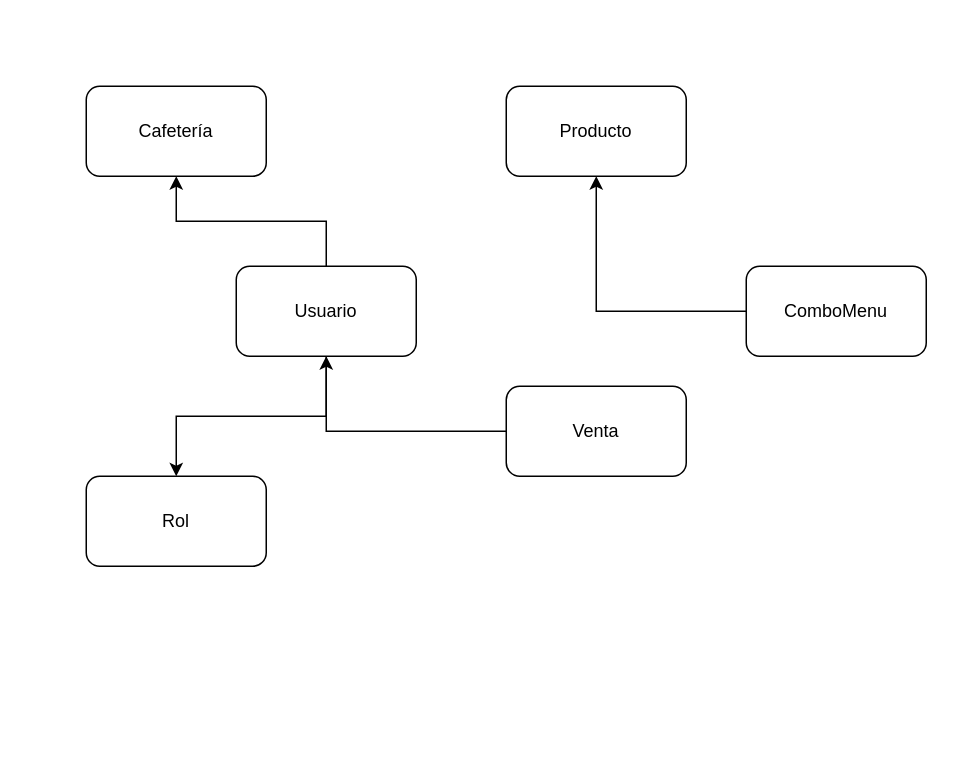
joaonunez/diagramasClase keeps this draw.io diagram as cafeplanta.drawio. Above is the earlier version. Source tidied: cells renumbered, new cells numbered last; positions are measured from the earlier drawing's top-left corner, leaving out a move shared by most shapes. Both pictures are drawn from the tidied source at 150%, with x=0, y=0 at pixel (86, 86).
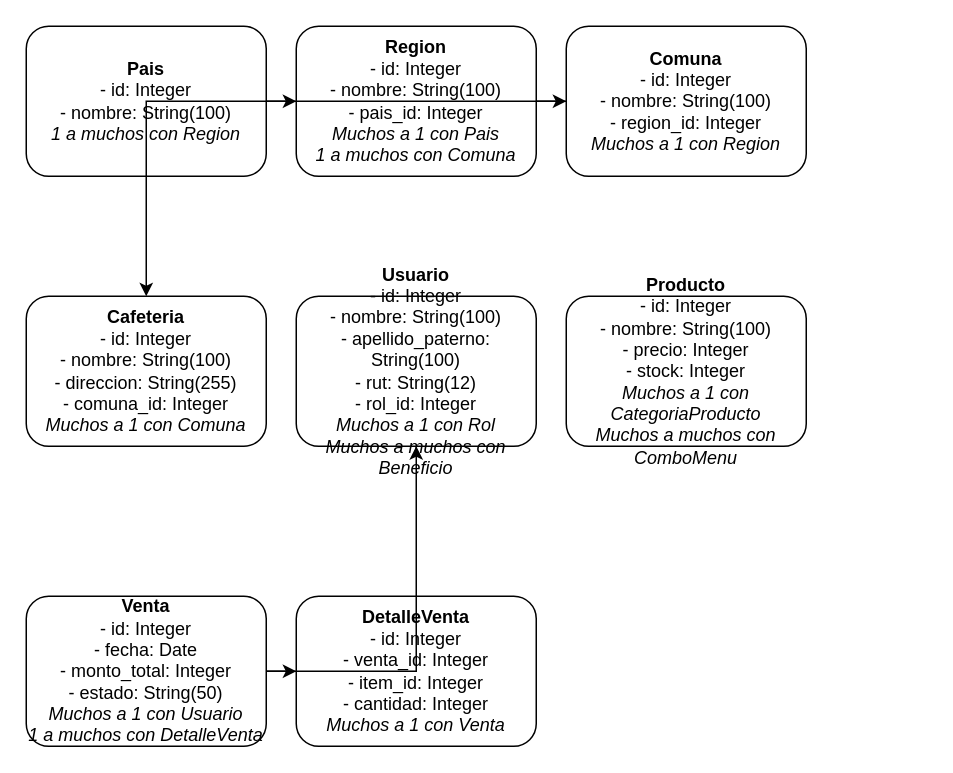
The same page after the edit.

Diff of the diagram source:
```diff
@@
 <mxGraphModel>
   <root>
     <mxCell id="0" />
     <mxCell id="1" parent="0" />
-    <mxCell id="2" value="Usuario" style="rounded=1;whiteSpace=wrap;html=1;" parent="1" vertex="1">
-      <mxGeometry x="100" y="120" width="120" height="60" as="geometry" />
-    </mxCell>
-    <mxCell id="3" value="Producto" style="rounded=1;whiteSpace=wrap;html=1;" parent="1" vertex="1">
-      <mxGeometry x="280" width="120" height="60" as="geometry" />
-    </mxCell>
-    <mxCell id="4" value="Venta" style="rounded=1;whiteSpace=wrap;html=1;" parent="1" vertex="1">
-      <mxGeometry x="280" y="200" width="120" height="60" as="geometry" />
-    </mxCell>
-    <mxCell id="5" value="Cafetería" style="rounded=1;whiteSpace=wrap;html=1;" parent="1" vertex="1">
-      <mxGeometry width="120" height="60" as="geometry" />
-    </mxCell>
-    <mxCell id="6" value="Rol" style="rounded=1;whiteSpace=wrap;html=1;" parent="1" vertex="1">
-      <mxGeometry y="260" width="120" height="60" as="geometry" />
-    </mxCell>
-    <mxCell id="7" value="ComboMenu" style="rounded=1;whiteSpace=wrap;html=1;" parent="1" vertex="1">
-      <mxGeometry x="440" y="120" width="120" height="60" as="geometry" />
-    </mxCell>
-    <mxCell id="8" style="edgeStyle=orthogonalEdgeStyle;rounded=0;" parent="1" edge="1" source="2" target="5">
-      <mxGeometry relative="1" as="geometry" />
-    </mxCell>
-    <mxCell id="9" style="edgeStyle=orthogonalEdgeStyle;rounded=0;" parent="1" edge="1" source="4" target="2">
-      <mxGeometry relative="1" as="geometry" />
-    </mxCell>
-    <mxCell id="10" style="edgeStyle=orthogonalEdgeStyle;rounded=0;" parent="1" edge="1" source="2" target="6">
-      <mxGeometry relative="1" as="geometry" />
-    </mxCell>
-    <mxCell id="11" style="edgeStyle=orthogonalEdgeStyle;rounded=0;" parent="1" edge="1" source="7" target="3">
-      <mxGeometry relative="1" as="geometry" />
-    </mxCell>
+    <mxCell id="12" value="&lt;b&gt;Pais&lt;/b&gt;&lt;br&gt;- id: Integer&lt;br&gt;- nombre: String(100)&lt;br&gt;&lt;i&gt;1 a muchos con Region&lt;/i&gt;&lt;br&gt;" style="rounded=1;whiteSpace=wrap;html=1;" parent="1" vertex="1">
+      <mxGeometry x="-40" y="-40" width="160" height="100" as="geometry" />
+    </mxCell>
+    <mxCell id="13" value="&lt;b&gt;Region&lt;/b&gt;&lt;br&gt;- id: Integer&lt;br&gt;- nombre: String(100)&lt;br&gt;- pais_id: Integer&lt;br&gt;&lt;i&gt;Muchos a 1 con Pais&lt;/i&gt;&lt;br&gt;&lt;i&gt;1 a muchos con Comuna&lt;/i&gt;&lt;br&gt;" style="rounded=1;whiteSpace=wrap;html=1;" parent="1" vertex="1">
+      <mxGeometry x="140" y="-40" width="160" height="100" as="geometry" />
+    </mxCell>
+    <mxCell id="14" value="&lt;b&gt;Comuna&lt;/b&gt;&lt;br&gt;- id: Integer&lt;br&gt;- nombre: String(100)&lt;br&gt;- region_id: Integer&lt;br&gt;&lt;i&gt;Muchos a 1 con Region&lt;/i&gt;&lt;br&gt;" style="rounded=1;whiteSpace=wrap;html=1;" parent="1" vertex="1">
+      <mxGeometry x="320" y="-40" width="160" height="100" as="geometry" />
+    </mxCell>
+    <mxCell id="15" value="&lt;b&gt;Cafeteria&lt;/b&gt;&lt;br&gt;- id: Integer&lt;br&gt;- nombre: String(100)&lt;br&gt;- direccion: String(255)&lt;br&gt;- comuna_id: Integer&lt;br&gt;&lt;i&gt;Muchos a 1 con Comuna&lt;/i&gt;&lt;br&gt;" style="rounded=1;whiteSpace=wrap;html=1;" parent="1" vertex="1">
+      <mxGeometry x="-40" y="140" width="160" height="100" as="geometry" />
+    </mxCell>
+    <mxCell id="16" value="&lt;b&gt;Usuario&lt;/b&gt;&lt;br&gt;- id: Integer&lt;br&gt;- nombre: String(100)&lt;br&gt;- apellido_paterno: String(100)&lt;br&gt;- rut: String(12)&lt;br&gt;- rol_id: Integer&lt;br&gt;&lt;i&gt;Muchos a 1 con Rol&lt;/i&gt;&lt;br&gt;&lt;i&gt;Muchos a muchos con Beneficio&lt;/i&gt;&lt;br&gt;" style="rounded=1;whiteSpace=wrap;html=1;" parent="1" vertex="1">
+      <mxGeometry x="140" y="140" width="160" height="100" as="geometry" />
+    </mxCell>
+    <mxCell id="17" value="&lt;b&gt;Producto&lt;/b&gt;&lt;br&gt;- id: Integer&lt;br&gt;- nombre: String(100)&lt;br&gt;- precio: Integer&lt;br&gt;- stock: Integer&lt;br&gt;&lt;i&gt;Muchos a 1 con CategoriaProducto&lt;/i&gt;&lt;br&gt;&lt;i&gt;Muchos a muchos con ComboMenu&lt;/i&gt;&lt;br&gt;" style="rounded=1;whiteSpace=wrap;html=1;" parent="1" vertex="1">
+      <mxGeometry x="320" y="140" width="160" height="100" as="geometry" />
+    </mxCell>
+    <mxCell id="18" value="&lt;b&gt;Venta&lt;/b&gt;&lt;br&gt;- id: Integer&lt;br&gt;- fecha: Date&lt;br&gt;- monto_total: Integer&lt;br&gt;- estado: String(50)&lt;br&gt;&lt;i&gt;Muchos a 1 con Usuario&lt;/i&gt;&lt;br&gt;&lt;i&gt;1 a muchos con DetalleVenta&lt;/i&gt;&lt;br&gt;" style="rounded=1;whiteSpace=wrap;html=1;" parent="1" vertex="1">
+      <mxGeometry x="-40" y="340" width="160" height="100" as="geometry" />
+    </mxCell>
+    <mxCell id="19" value="&lt;b&gt;DetalleVenta&lt;/b&gt;&lt;br&gt;- id: Integer&lt;br&gt;- venta_id: Integer&lt;br&gt;- item_id: Integer&lt;br&gt;- cantidad: Integer&lt;br&gt;&lt;i&gt;Muchos a 1 con Venta&lt;/i&gt;&lt;br&gt;" style="rounded=1;whiteSpace=wrap;html=1;" parent="1" vertex="1">
+      <mxGeometry x="140" y="340" width="160" height="100" as="geometry" />
+    </mxCell>
+    <mxCell id="20" style="edgeStyle=orthogonalEdgeStyle;rounded=0;" parent="1" edge="1" source="12" target="13">
+      <mxGeometry relative="1" as="geometry" />
+    </mxCell>
+    <mxCell id="21" style="edgeStyle=orthogonalEdgeStyle;rounded=0;" parent="1" edge="1" source="13" target="14">
+      <mxGeometry relative="1" as="geometry" />
+    </mxCell>
+    <mxCell id="22" style="edgeStyle=orthogonalEdgeStyle;rounded=0;" parent="1" edge="1" source="14" target="15">
+      <mxGeometry relative="1" as="geometry" />
+    </mxCell>
+    <mxCell id="23" style="edgeStyle=orthogonalEdgeStyle;rounded=0;" parent="1" edge="1" source="16">
+      <mxGeometry relative="1" as="geometry" />
+    </mxCell>
+    <mxCell id="24" style="edgeStyle=orthogonalEdgeStyle;rounded=0;" parent="1" edge="1" source="16">
+      <mxGeometry relative="1" as="geometry" />
+    </mxCell>
+    <mxCell id="25" style="edgeStyle=orthogonalEdgeStyle;rounded=0;" parent="1" edge="1" source="17">
+      <mxGeometry relative="1" as="geometry" />
+    </mxCell>
+    <mxCell id="26" style="edgeStyle=orthogonalEdgeStyle;rounded=0;" parent="1" edge="1" source="17">
+      <mxGeometry relative="1" as="geometry" />
+    </mxCell>
+    <mxCell id="27" style="edgeStyle=orthogonalEdgeStyle;rounded=0;" parent="1" edge="1" source="18" target="16">
+      <mxGeometry relative="1" as="geometry" />
+    </mxCell>
+    <mxCell id="28" style="edgeStyle=orthogonalEdgeStyle;rounded=0;" parent="1" edge="1" source="18" target="19">
+      <mxGeometry relative="1" as="geometry" />
+    </mxCell>
   </root>
 </mxGraphModel>
```
